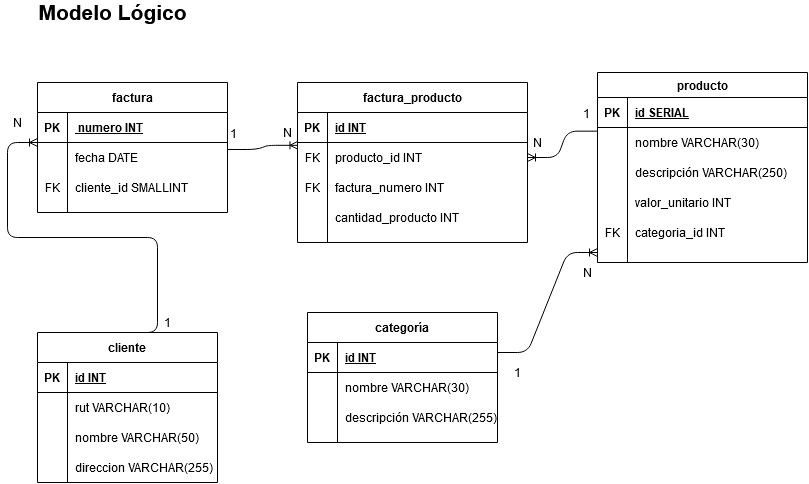
gilibethvega/prueba_sql keeps this draw.io diagram as prueba_sql.png. Above is the earlier version. Source tidied: cells renumbered, new cells last; positions are measured from the earlier drawing's top-left corner, leaving out a move shared by most shapes.
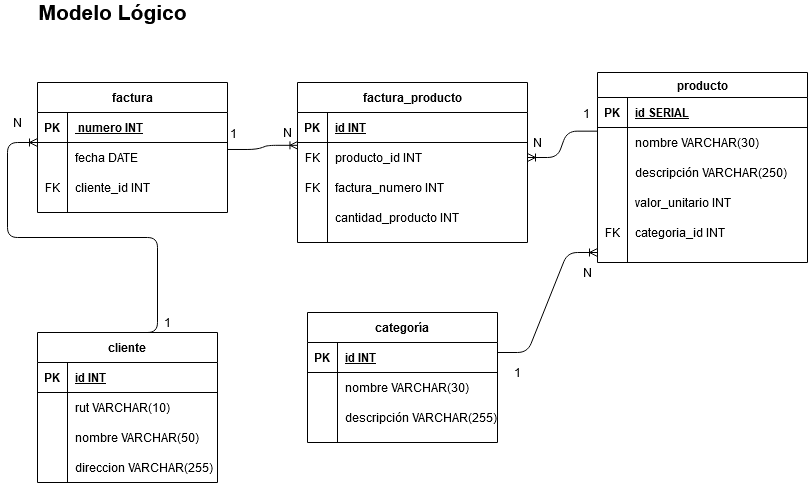
The same file after the commit.

The edit, as a diff of the source:
```diff
@@ -32,7 +32,7 @@
     <mxCell id="11" value="FK" style="shape=partialRectangle;fillColor=none;top=0;left=0;bottom=0;right=0;overflow=hidden;" parent="10" vertex="1">
       <mxGeometry width="30" height="30" as="geometry" />
     </mxCell>
-    <mxCell id="12" value="cliente_id SMALLINT" style="shape=partialRectangle;fillColor=none;top=0;left=0;bottom=0;right=0;align=left;spacingLeft=6;overflow=hidden;" parent="10" vertex="1">
+    <mxCell id="12" value="cliente_id INT" style="shape=partialRectangle;fillColor=none;top=0;left=0;bottom=0;right=0;align=left;spacingLeft=6;overflow=hidden;" parent="10" vertex="1">
       <mxGeometry x="30" width="160" height="30" as="geometry" />
     </mxCell>
     <mxCell id="13" value="cliente" style="shape=table;startSize=30;rowLines=0;fontStyle=1;align=center;" parent="1" vertex="1">
```
